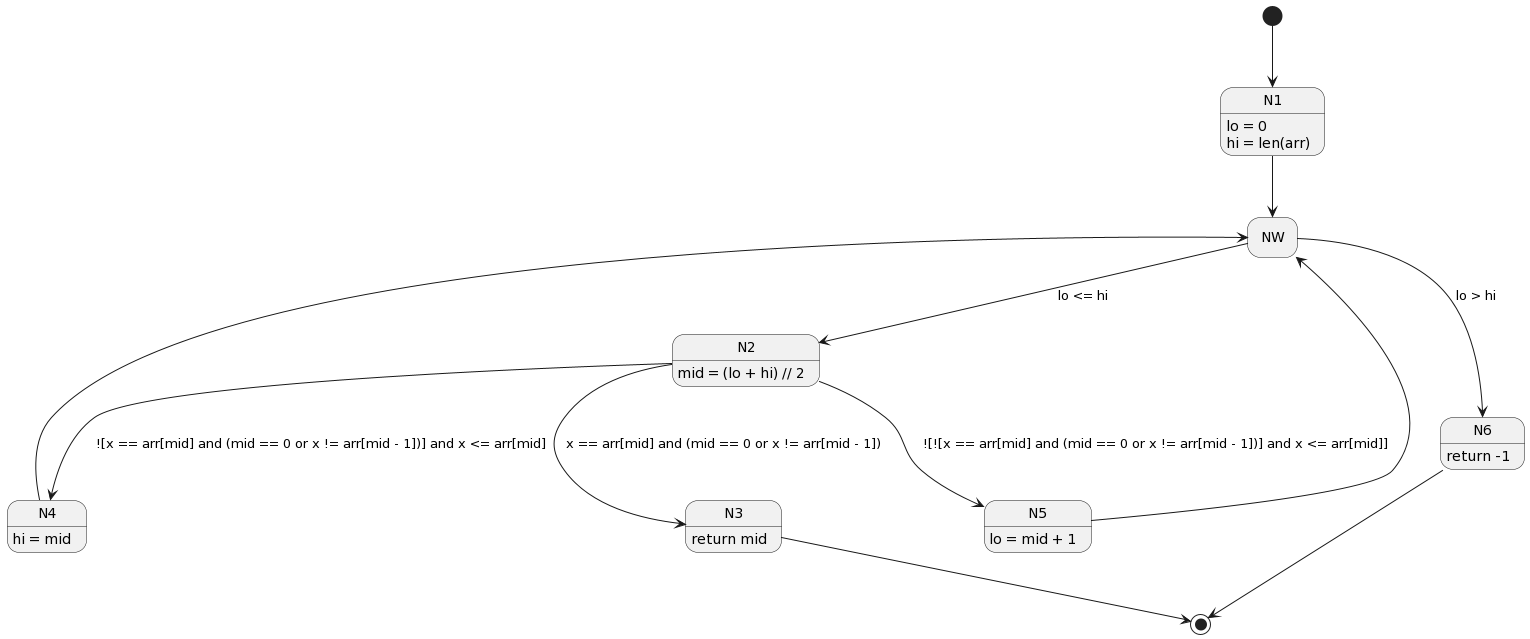
The PlantUML diagram graph.png in mohammadrezaabdi/SE_Prj_PH3_Part2, before a commit.
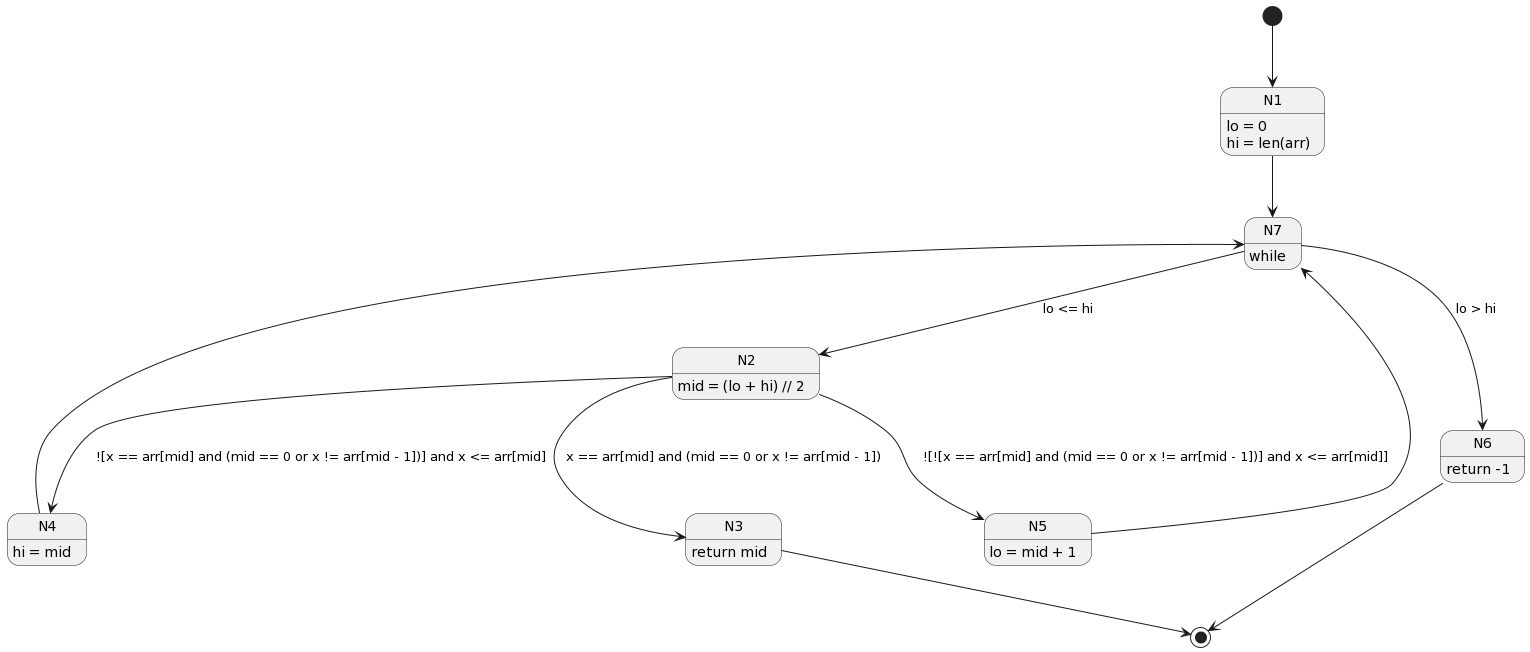
Later version of the same file.

Diff of the diagram source:
```diff
@@ -6,7 +6,7 @@
 State N4
 State N5
 State N6
-State NW
+State N7
 
 N1 : lo = 0
 N1 : hi = len(arr)
@@ -15,16 +15,17 @@
 N4 : hi = mid
 N5 : lo = mid + 1
 N6 : return -1
+N7 : while
 
 [*] --> N1
-N1 --> NW
-NW --> N2: lo <= hi
-NW --> N6: lo > hi
+N1 --> N7
+N7 --> N2: lo <= hi
+N7 --> N6: lo > hi
 N2 --> N3 : x == arr[mid] and (mid == 0 or x != arr[mid - 1])
 N2 --> N4 : ![x == arr[mid] and (mid == 0 or x != arr[mid - 1])] and x <= arr[mid]
 N2 --> N5 : ![![x == arr[mid] and (mid == 0 or x != arr[mid - 1])] and x <= arr[mid]]
-N4 --> NW
-N5 --> NW
+N4 --> N7
+N5 --> N7
 N3 --> [*]
 N6 --> [*]
 @enduml
```
